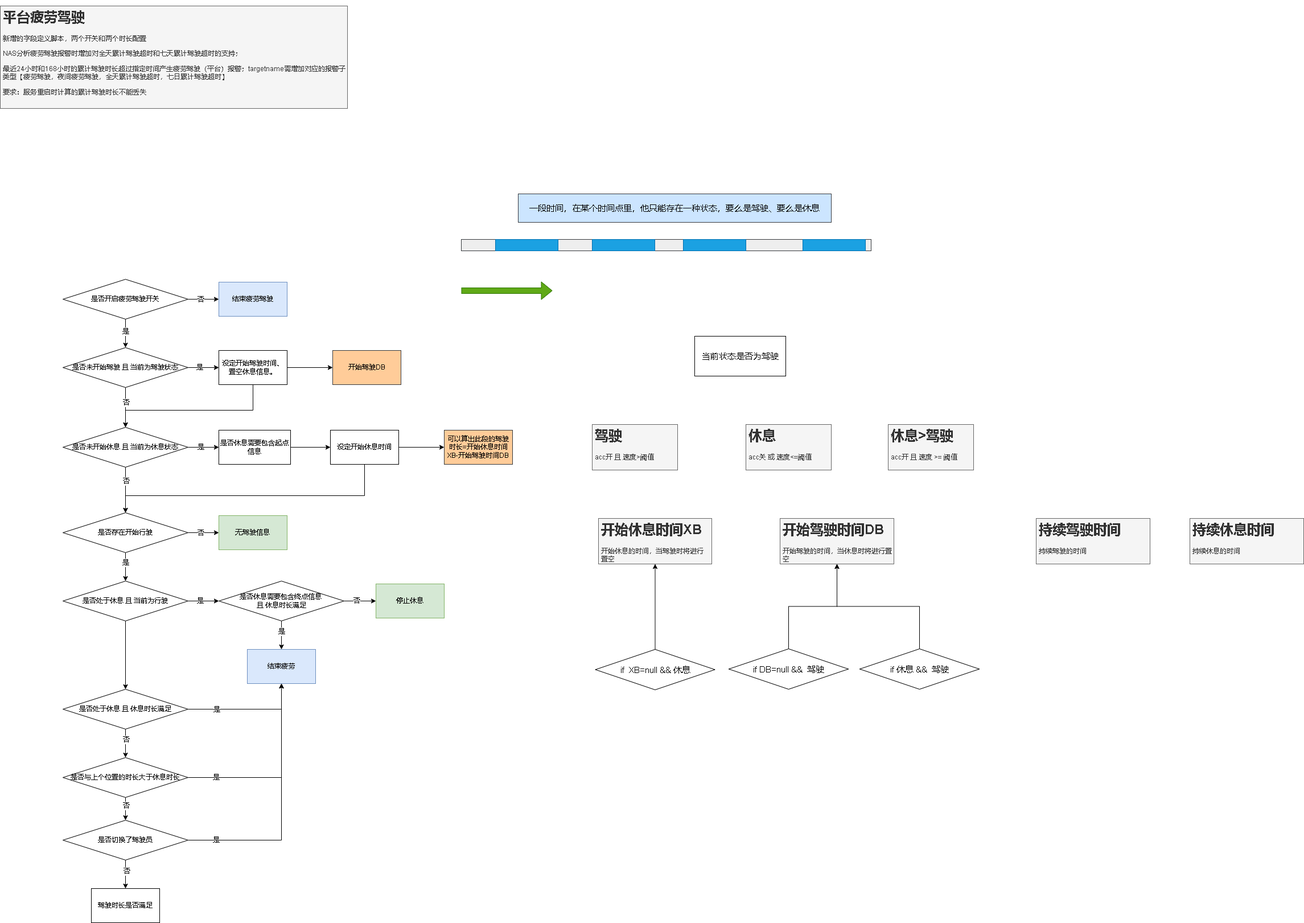
xktder/draw keeps this draw.io diagram as 平台疲劳驾驶.drawio.png. Above is the earlier version. Source tidied: cells renumbered, new cells last; positions are measured from the earlier drawing's top-left corner, leaving out a move shared by most shapes.
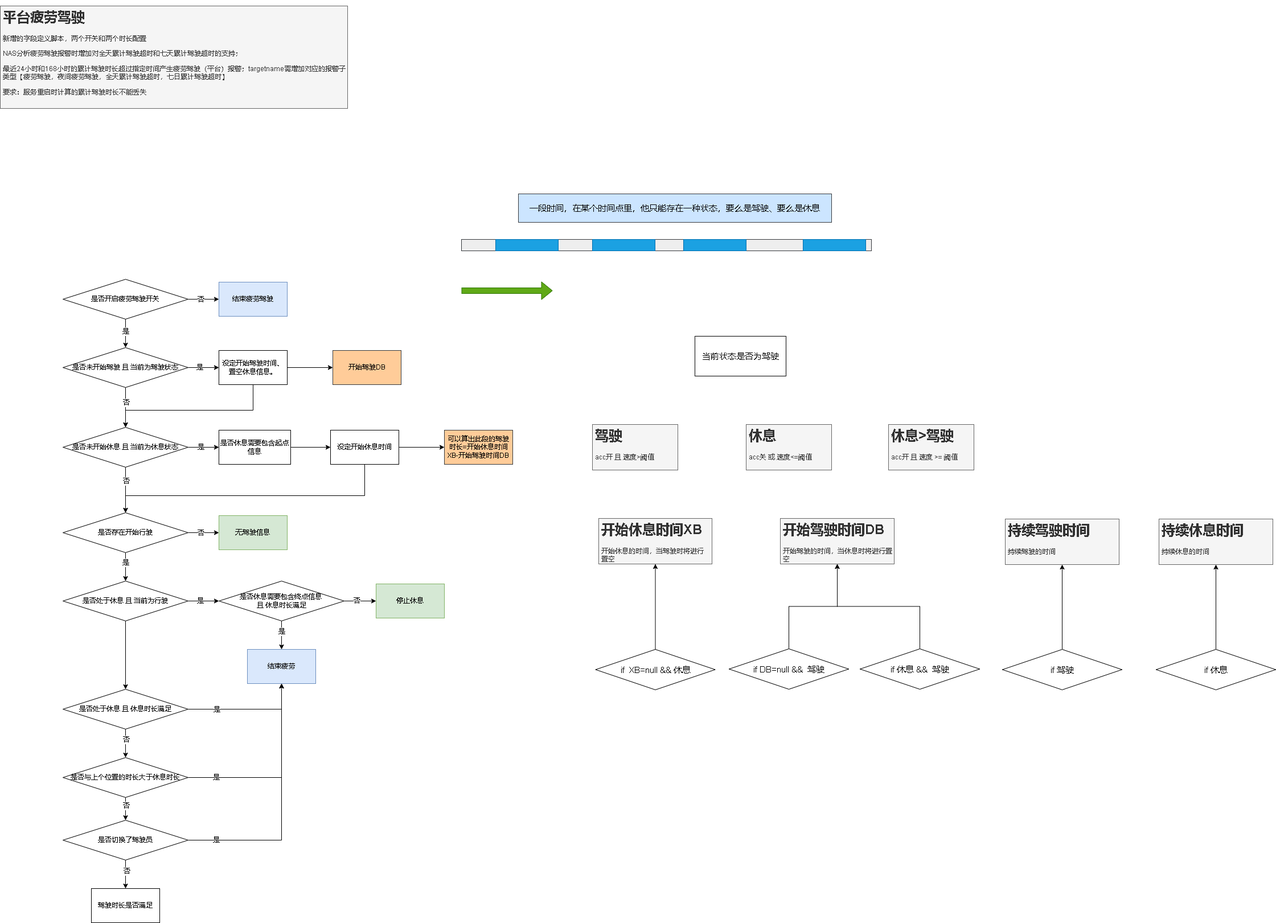
Above is the later version.

Commit message:
更新平台疲劳驾驶.drawio.png

Change to the diagram source:
```diff
@@ -261,10 +261,22 @@
       <mxGeometry x="1045.5" y="1130" width="210" height="71" as="geometry" />
     </mxCell>
     <mxCell id="81" value="&lt;h1&gt;持续驾驶时间&lt;/h1&gt;&lt;div&gt;持续驾驶的时间&lt;/div&gt;" style="text;html=1;spacing=5;spacingTop=-20;whiteSpace=wrap;overflow=hidden;rounded=0;fillColor=#f5f5f5;fontColor=#333333;strokeColor=#666666;" parent="1" vertex="1">
-      <mxGeometry x="1820" y="900" width="200" height="80" as="geometry" />
+      <mxGeometry x="1765" y="901" width="200" height="80" as="geometry" />
     </mxCell>
     <mxCell id="82" value="&lt;h1&gt;持续休息时间&lt;/h1&gt;&lt;div&gt;持续休息的时间&lt;/div&gt;" style="text;html=1;spacing=5;spacingTop=-20;whiteSpace=wrap;overflow=hidden;rounded=0;fillColor=#f5f5f5;fontColor=#333333;strokeColor=#666666;" parent="1" vertex="1">
-      <mxGeometry x="2090" y="900" width="200" height="80" as="geometry" />
+      <mxGeometry x="2035" y="901" width="200" height="80" as="geometry" />
     </mxCell>
+    <mxCell id="83" style="edgeStyle=orthogonalEdgeStyle;rounded=0;jettySize=auto;html=1;fontSize=15;entryX=0.5;entryY=1;entryDx=0;entryDy=0;" parent="1" edge="1" source="84" target="81">
+      <mxGeometry relative="1" as="geometry" />
+    </mxCell>
+    <mxCell id="84" value="if 驾驶" style="rhombus;whiteSpace=wrap;html=1;fontSize=15;" parent="1" vertex="1">
+      <mxGeometry x="1760" y="1130" width="210" height="71" as="geometry" />
+    </mxCell>
+    <mxCell id="85" style="edgeStyle=orthogonalEdgeStyle;rounded=0;jettySize=auto;html=1;entryX=0.5;entryY=1;entryDx=0;entryDy=0;fontSize=15;" parent="1" edge="1" source="86" target="82">
+      <mxGeometry relative="1" as="geometry" />
+    </mxCell>
+    <mxCell id="86" value="if 休息" style="rhombus;whiteSpace=wrap;html=1;fontSize=15;" parent="1" vertex="1">
+      <mxGeometry x="2030" y="1130" width="210" height="71" as="geometry" />
+    </mxCell>
   </root>
 </mxGraphModel>
```
